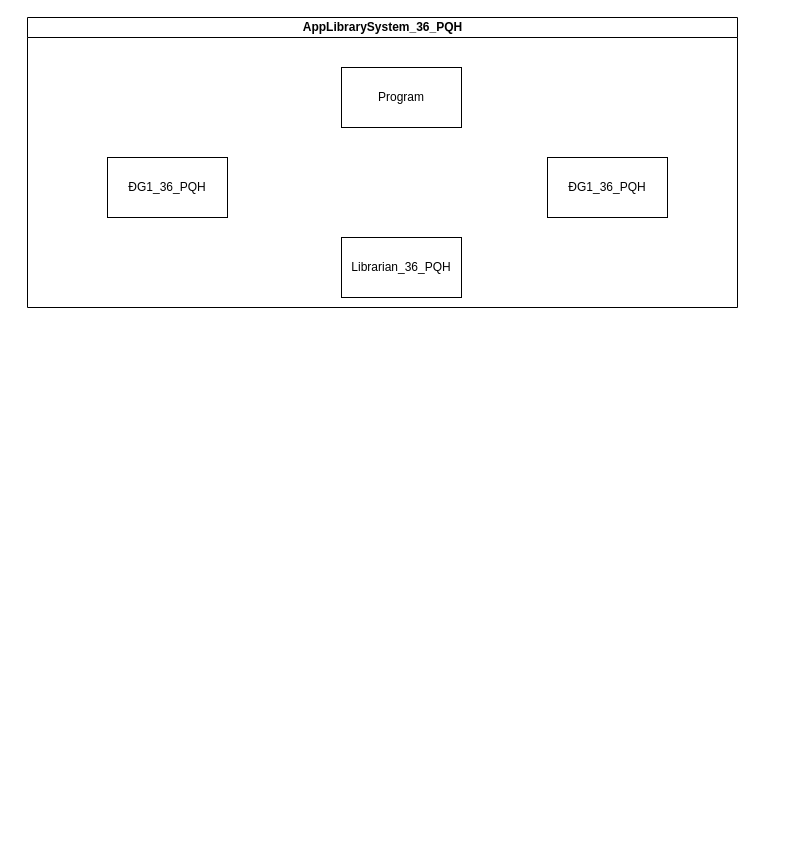
Above: Biểu đồ không có tiêu đề.drawio in phamquanghuy-1316/sortArchitech (draw.io), before the change. Source tidied: cells renumbered, new cells numbered last; positions are measured from the earlier drawing's top-left corner, leaving out a move shared by most shapes. Both pictures are drawn from the tidied source at 100%, with x=0, y=0 at pixel (27, 17).
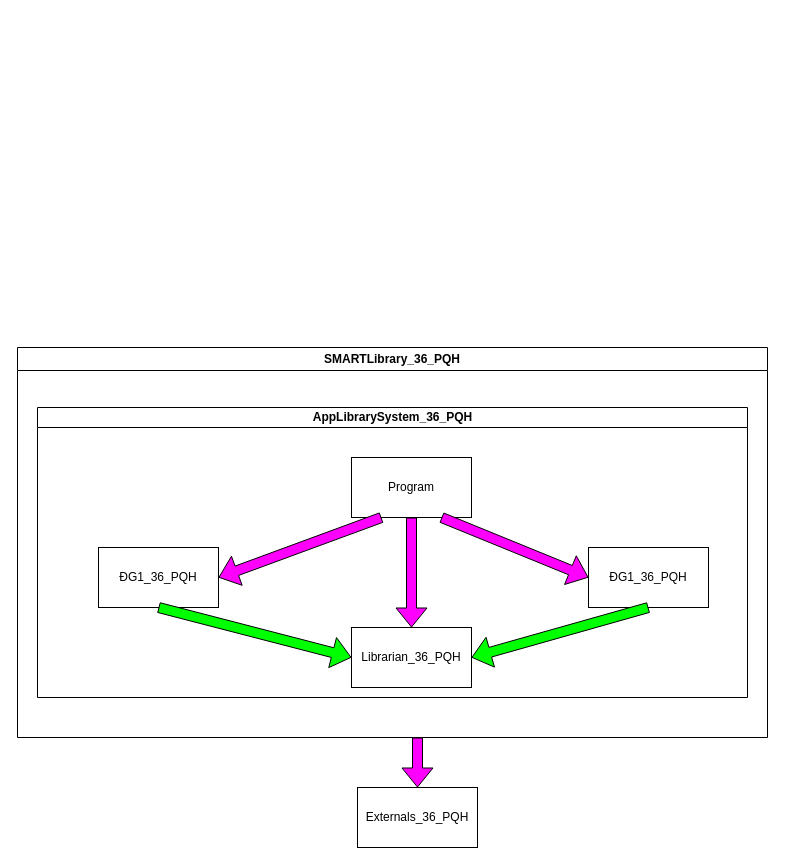
The same page after the edit.

Commit message (it also covers changes not shown here):
Cập nhật Biểu đồ không có tiêu đề.drawio

Change to the diagram source:
```diff
@@
 <mxGraphModel>
   <root>
     <mxCell id="0" />
     <mxCell id="1" parent="0" />
+    <mxCell id="7" value="SMARTLibrary_36_PQH" style="swimlane;whiteSpace=wrap;html=1;" parent="1" vertex="1">
+      <mxGeometry x="-10" y="330" width="750" height="390" as="geometry" />
+    </mxCell>
-    <mxCell id="2" value="AppLibrarySystem_36_PQH" style="swimlane;html=1;startSize=20;horizontal=1;containerType=tree;glass=0;" parent="1" vertex="1">
-      <mxGeometry width="710" height="290" as="geometry" />
+    <mxCell id="2" value="AppLibrarySystem_36_PQH" style="swimlane;html=1;startSize=20;horizontal=1;containerType=tree;glass=0;" parent="7" vertex="1">
+      <mxGeometry x="20" y="60" width="710" height="290" as="geometry" />
     </mxCell>
+    <mxCell id="8" style="edgeStyle=orthogonalEdgeStyle;rounded=0;jettySize=auto;html=1;shape=flexArrow;fillColor=#FF00FF;" parent="2" edge="1" source="3" target="6">
+      <mxGeometry relative="1" as="geometry" />
+    </mxCell>
     <mxCell id="3" value="Program" style="rounded=0;whiteSpace=wrap;html=1;" parent="2" vertex="1">
       <mxGeometry x="314" y="50" width="120" height="60" as="geometry" />
     </mxCell>
     <mxCell id="4" value="ĐG1_36_PQH" style="rounded=0;whiteSpace=wrap;html=1;" parent="2" vertex="1">
-      <mxGeometry x="80" y="140" width="120" height="60" as="geometry" />
+      <mxGeometry x="61" y="140" width="120" height="60" as="geometry" />
     </mxCell>
     <mxCell id="5" value="ĐG1_36_PQH" style="rounded=0;whiteSpace=wrap;html=1;" parent="2" vertex="1">
-      <mxGeometry x="520" y="140" width="120" height="60" as="geometry" />
+      <mxGeometry x="551" y="140" width="120" height="60" as="geometry" />
     </mxCell>
     <mxCell id="6" value="Librarian_36_PQH" style="rounded=0;whiteSpace=wrap;html=1;" parent="2" vertex="1">
       <mxGeometry x="314" y="220" width="120" height="60" as="geometry" />
     </mxCell>
+    <mxCell id="9" style="endArrow=classic;html=1;rounded=0;entryX=1;entryY=0.5;entryDx=0;entryDy=0;fillColor=#FF00FF;shape=flexArrow;" parent="2" edge="1">
+      <mxGeometry relative="1" as="geometry">
+        <mxPoint x="344" y="110" as="sourcePoint" />
+        <mxPoint x="181" y="170" as="targetPoint" />
+      </mxGeometry>
+    </mxCell>
+    <mxCell id="10" style="endArrow=classic;html=1;rounded=0;exitX=0.75;exitY=1;exitDx=0;exitDy=0;entryX=0;entryY=0.5;entryDx=0;entryDy=0;shape=flexArrow;fillColor=#FF00FF;" parent="2" edge="1" source="3" target="5">
+      <mxGeometry relative="1" as="geometry" />
+    </mxCell>
+    <mxCell id="11" style="endArrow=classic;html=1;rounded=0;exitX=0.5;exitY=1;exitDx=0;exitDy=0;entryX=0;entryY=0.5;entryDx=0;entryDy=0;shape=flexArrow;fillColor=#00FF00;" parent="2" edge="1" source="4" target="6">
+      <mxGeometry relative="1" as="geometry" />
+    </mxCell>
+    <mxCell id="12" style="endArrow=classic;html=1;rounded=0;exitX=0.5;exitY=1;exitDx=0;exitDy=0;entryX=1;entryY=0.5;entryDx=0;entryDy=0;shape=flexArrow;fillColor=#00FF00;" parent="2" edge="1" source="5" target="6">
+      <mxGeometry relative="1" as="geometry" />
+    </mxCell>
+    <mxCell id="13" style="endArrow=classic;html=1;rounded=0;shape=flexArrow;fillColor=#FF00FF;" parent="1" edge="1" target="14">
+      <mxGeometry relative="1" as="geometry">
+        <mxPoint x="390" y="720" as="sourcePoint" />
+      </mxGeometry>
+    </mxCell>
+    <mxCell id="14" value="Externals_36_PQH" style="rounded=0;whiteSpace=wrap;html=1;" parent="1" vertex="1">
+      <mxGeometry x="330" y="770" width="120" height="60" as="geometry" />
+    </mxCell>
   </root>
 </mxGraphModel>
```
